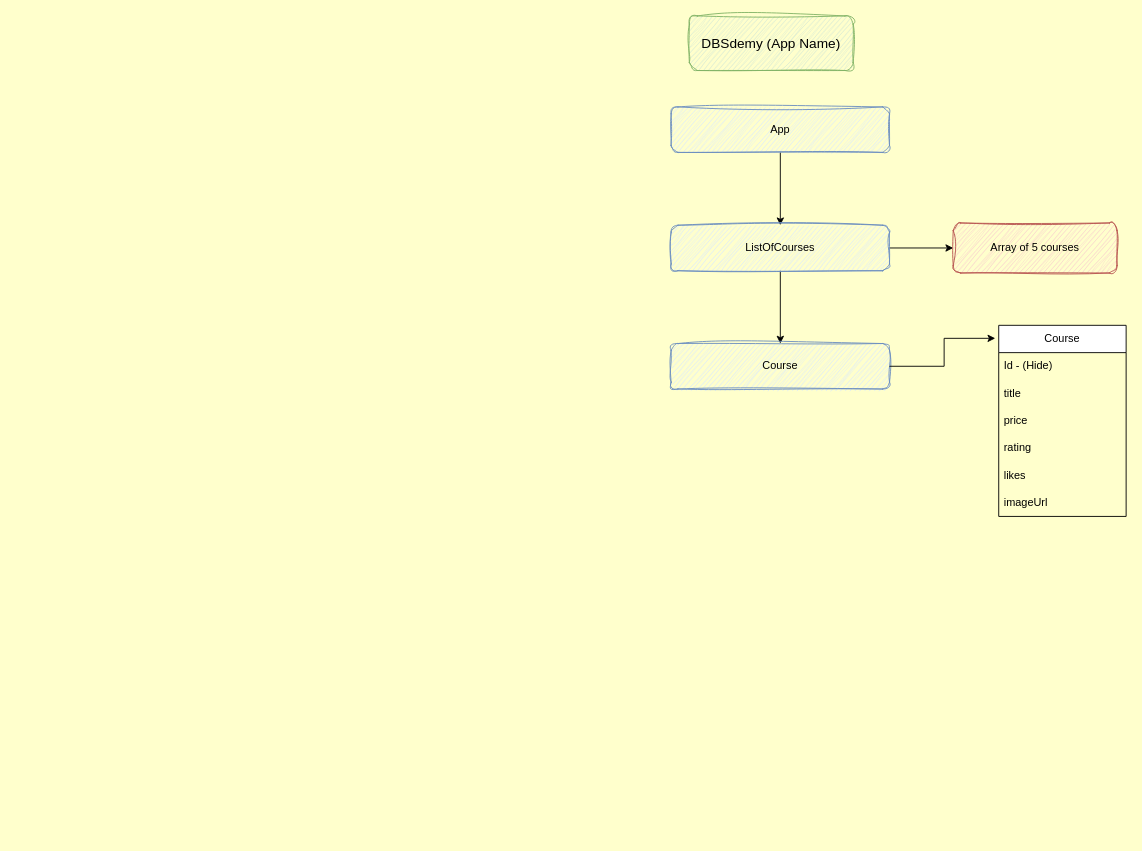
This is SupportingDocs/DBS_React_Feb25.drawio from SumeetWajpe/DBS_React_Feb_25, a draw.io file, before an edit. Source tidied: cells renumbered, new cells numbered last; positions are measured from the earlier drawing's top-left corner, leaving out a move shared by most shapes. Both pictures are drawn from the tidied source at 91%, with x=0, y=0 at pixel (671, 15).
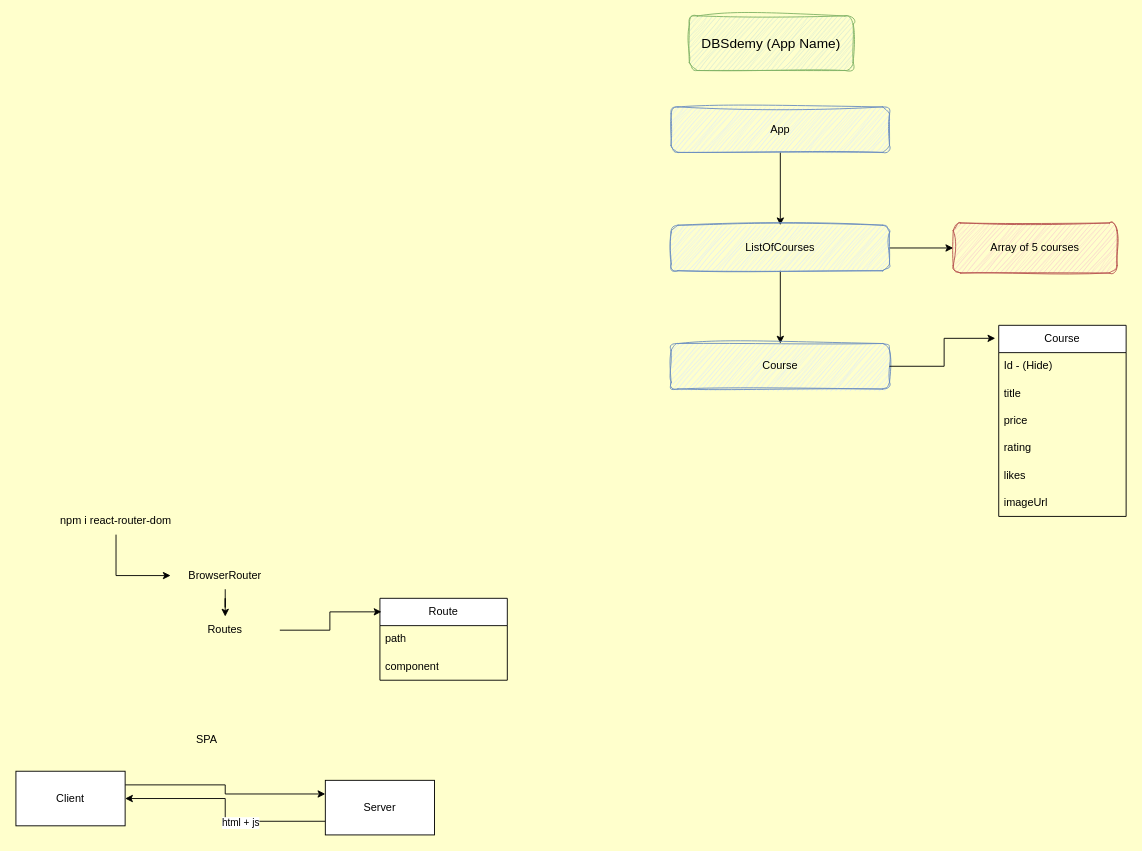
The same page after the edit.

Change to the diagram source:
```diff
@@
+    <mxCell id="18" style="edgeStyle=orthogonalEdgeStyle;rounded=0;jettySize=auto;html=1;" parent="1" edge="1" source="19" target="22">
+      <mxGeometry relative="1" as="geometry" />
+    </mxCell>
+    <mxCell id="19" value="BrowserRouter" style="text;html=1;align=center;verticalAlign=middle;whiteSpace=wrap;rounded=0;" parent="1" vertex="1">
+      <mxGeometry x="-550" y="600" width="120" height="30" as="geometry" />
+    </mxCell>
+    <mxCell id="20" style="edgeStyle=orthogonalEdgeStyle;rounded=0;jettySize=auto;html=1;entryX=0;entryY=0.5;entryDx=0;entryDy=0;" parent="1" edge="1" source="21" target="19">
+      <mxGeometry relative="1" as="geometry" />
+    </mxCell>
+    <mxCell id="21" value="npm i react-router-dom" style="text;html=1;align=center;verticalAlign=middle;whiteSpace=wrap;rounded=0;" parent="1" vertex="1">
+      <mxGeometry x="-690" y="540" width="160" height="30" as="geometry" />
+    </mxCell>
+    <mxCell id="22" value="Routes" style="text;html=1;align=center;verticalAlign=middle;whiteSpace=wrap;rounded=0;" parent="1" vertex="1">
+      <mxGeometry x="-550" y="660" width="120" height="30" as="geometry" />
+    </mxCell>
+    <mxCell id="23" value="Route" style="swimlane;fontStyle=0;horizontal=1;startSize=30;whiteSpace=wrap;html=1;" parent="1" vertex="1">
+      <mxGeometry x="-320" y="640" width="140" height="90" as="geometry" />
+    </mxCell>
+    <mxCell id="24" value="path" style="text;strokeColor=none;fillColor=none;align=left;verticalAlign=middle;spacingLeft=4;spacingRight=4;overflow=hidden;whiteSpace=wrap;html=1;" parent="23" vertex="1">
+      <mxGeometry y="30" width="140" height="30" as="geometry" />
+    </mxCell>
+    <mxCell id="25" value="component" style="text;strokeColor=none;fillColor=none;align=left;verticalAlign=middle;spacingLeft=4;spacingRight=4;overflow=hidden;whiteSpace=wrap;html=1;" parent="23" vertex="1">
+      <mxGeometry y="60" width="140" height="30" as="geometry" />
+    </mxCell>
+    <mxCell id="26" style="edgeStyle=orthogonalEdgeStyle;rounded=0;jettySize=auto;html=1;entryX=0.012;entryY=0.165;entryDx=0;entryDy=0;entryPerimeter=0;" parent="1" edge="1" source="22" target="23">
+      <mxGeometry relative="1" as="geometry" />
+    </mxCell>
+    <mxCell id="27" style="edgeStyle=orthogonalEdgeStyle;rounded=0;jettySize=auto;html=1;exitX=1;exitY=0.25;exitDx=0;exitDy=0;entryX=0;entryY=0.25;entryDx=0;entryDy=0;" parent="1" edge="1" source="28" target="31">
+      <mxGeometry relative="1" as="geometry" />
+    </mxCell>
+    <mxCell id="28" value="Client" style="rounded=0;whiteSpace=wrap;html=1;" parent="1" vertex="1">
+      <mxGeometry x="-720" y="830" width="120" height="60" as="geometry" />
+    </mxCell>
+    <mxCell id="29" style="edgeStyle=orthogonalEdgeStyle;rounded=0;jettySize=auto;html=1;exitX=0;exitY=0.75;exitDx=0;exitDy=0;" parent="1" edge="1" source="31" target="28">
+      <mxGeometry relative="1" as="geometry" />
+    </mxCell>
+    <mxCell id="30" value="html + js" style="edgeLabel;html=1;align=center;verticalAlign=middle;" parent="29" vertex="1">
+      <mxGeometry x="-0.23" y="1" relative="1" as="geometry" />
+    </mxCell>
+    <mxCell id="31" value="Server" style="rounded=0;whiteSpace=wrap;html=1;" parent="1" vertex="1">
+      <mxGeometry x="-380" y="840" width="120" height="60" as="geometry" />
+    </mxCell>
+    <mxCell id="32" value="SPA" style="text;html=1;align=center;verticalAlign=middle;whiteSpace=wrap;rounded=0;" parent="1" vertex="1">
+      <mxGeometry x="-540" y="780" width="60" height="30" as="geometry" />
+    </mxCell>
```
